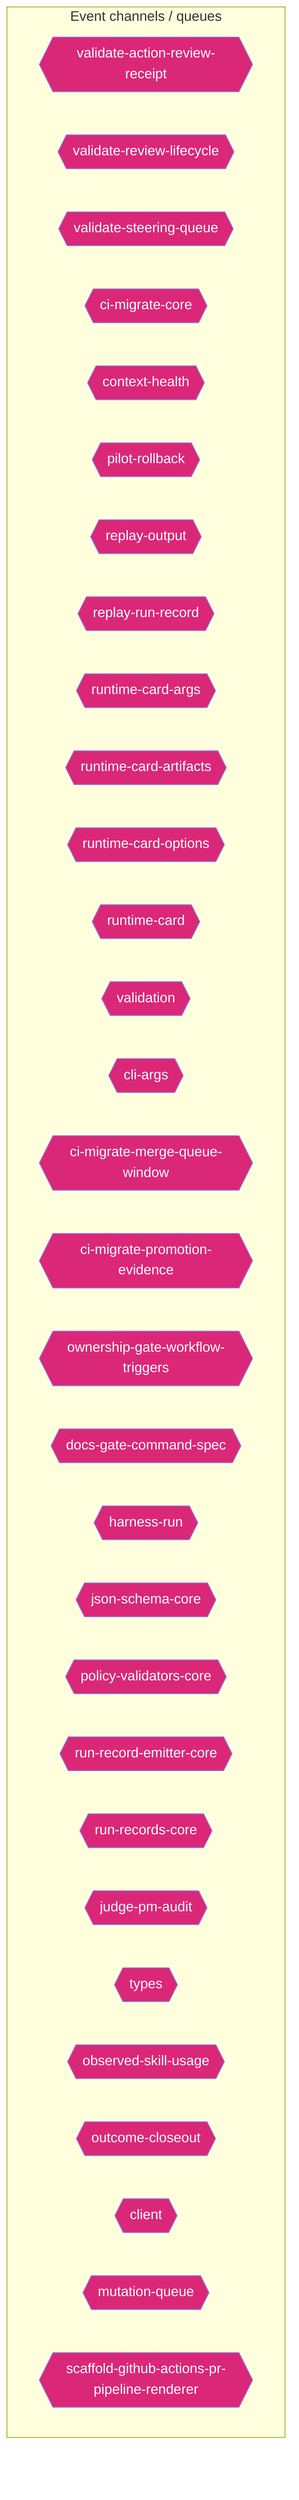
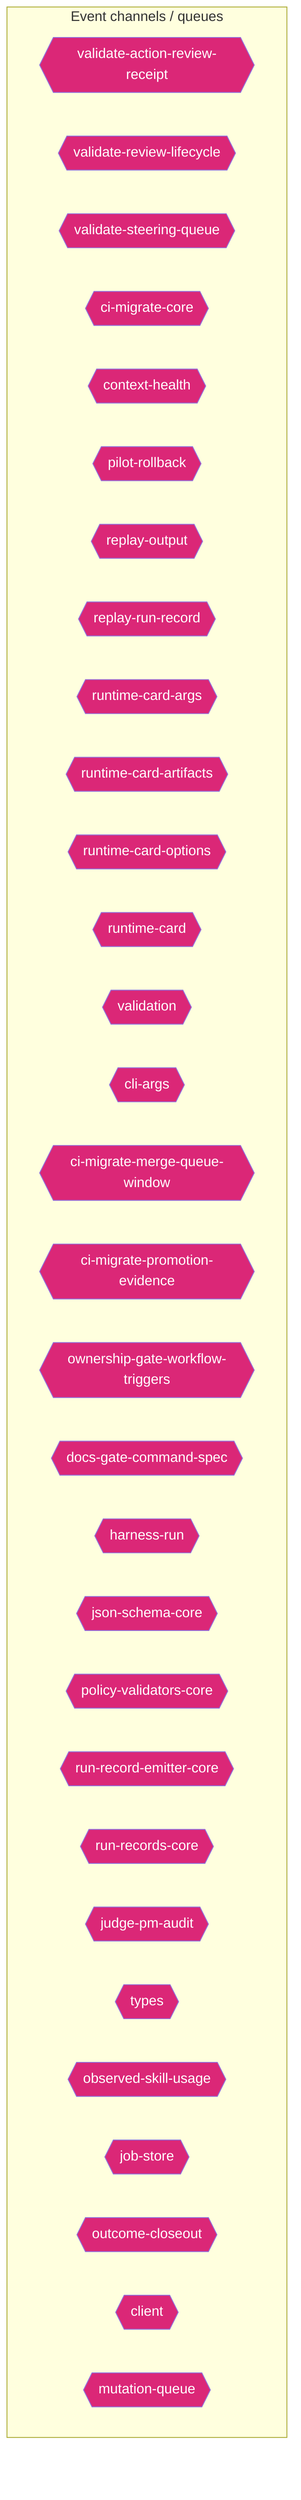
flowchart TD
  subgraph Channels["Event channels / queues"]
    validate_action_review_receipt_fa2f06c3{{"validate-action-review-receipt"}}
    validate_review_lifecycle_0b410d1e{{"validate-review-lifecycle"}}
    validate_steering_queue_4bc0cc94{{"validate-steering-queue"}}
    ci_migrate_core_7005b5af{{"ci-migrate-core"}}
    context_health_80bb7da9{{"context-health"}}
    pilot_rollback_00c1f82c{{"pilot-rollback"}}
    replay_output_993eda9e{{"replay-output"}}
    replay_run_record_9a08cce2{{"replay-run-record"}}
    runtime_card_args_2b3d4b28{{"runtime-card-args"}}
    runtime_card_artifacts_143b799c{{"runtime-card-artifacts"}}
    runtime_card_options_c9156ad5{{"runtime-card-options"}}
    runtime_card_e06b53e1{{"runtime-card"}}
    validation_98c41dcd{{"validation"}}
    cli_args_1_6144b055{{"cli-args"}}
    ci_migrate_merge_queue_window_0070bd6d{{"ci-migrate-merge-queue-window"}}
    ci_migrate_promotion_evidence_1a2dc527{{"ci-migrate-promotion-evidence"}}
    ownership_gate_workflow_triggers_b60d2eab{{"ownership-gate-workflow-triggers"}}
    docs_gate_command_spec_16795187{{"docs-gate-command-spec"}}
    harness_run_c0761792{{"harness-run"}}
    json_schema_core_96d7e328{{"json-schema-core"}}
    policy_validators_core_714a3fe7{{"policy-validators-core"}}
    run_record_emitter_core_688049d5{{"run-record-emitter-core"}}
    run_records_core_89286dfa{{"run-records-core"}}
    judge_pm_audit_ccd20b35{{"judge-pm-audit"}}
    types_11_4be3ee64{{"types"}}
    observed_skill_usage_ed7d5930{{"observed-skill-usage"}}
+     job_store_4ca3b42f{{"job-store"}}
    outcome_closeout_ba497ec2{{"outcome-closeout"}}
    client_948fe603{{"client"}}
    mutation_queue_ce5a530e{{"mutation-queue"}}
-     scaffold_github_actions_pr_pipeline_renderer_1ee18de5{{"scaffold-github-actions-pr-pipeline-renderer"}}
  end
  classDef eventNode fill:#db2777,color:#fff
-   class validate_action_review_receipt_fa2f06c3,validate_review_lifecycle_0b410d1e,validate_steering_queue_4bc0cc94,ci_migrate_core_7005b5af,context_health_80bb7da9,pilot_rollback_00c1f82c,replay_output_993eda9e,replay_run_record_9a08cce2,runtime_card_args_2b3d4b28,runtime_card_artifacts_143b799c,runtime_card_options_c9156ad5,runtime_card_e06b53e1,validation_98c41dcd,cli_args_1_6144b055,ci_migrate_merge_queue_window_0070bd6d,ci_migrate_promotion_evidence_1a2dc527,ownership_gate_workflow_triggers_b60d2eab,docs_gate_command_spec_16795187,harness_run_c0761792,json_schema_core_96d7e328,policy_validators_core_714a3fe7,run_record_emitter_core_688049d5,run_records_core_89286dfa,judge_pm_audit_ccd20b35,types_11_4be3ee64,observed_skill_usage_ed7d5930,outcome_closeout_ba497ec2,client_948fe603,mutation_queue_ce5a530e,scaffold_github_actions_pr_pipeline_renderer_1ee18de5 eventNode
+   class validate_action_review_receipt_fa2f06c3,validate_review_lifecycle_0b410d1e,validate_steering_queue_4bc0cc94,ci_migrate_core_7005b5af,context_health_80bb7da9,pilot_rollback_00c1f82c,replay_output_993eda9e,replay_run_record_9a08cce2,runtime_card_args_2b3d4b28,runtime_card_artifacts_143b799c,runtime_card_options_c9156ad5,runtime_card_e06b53e1,validation_98c41dcd,cli_args_1_6144b055,ci_migrate_merge_queue_window_0070bd6d,ci_migrate_promotion_evidence_1a2dc527,ownership_gate_workflow_triggers_b60d2eab,docs_gate_command_spec_16795187,harness_run_c0761792,json_schema_core_96d7e328,policy_validators_core_714a3fe7,run_record_emitter_core_688049d5,run_records_core_89286dfa,judge_pm_audit_ccd20b35,types_11_4be3ee64,observed_skill_usage_ed7d5930,job_store_4ca3b42f,outcome_closeout_ba497ec2,client_948fe603,mutation_queue_ce5a530e eventNode
